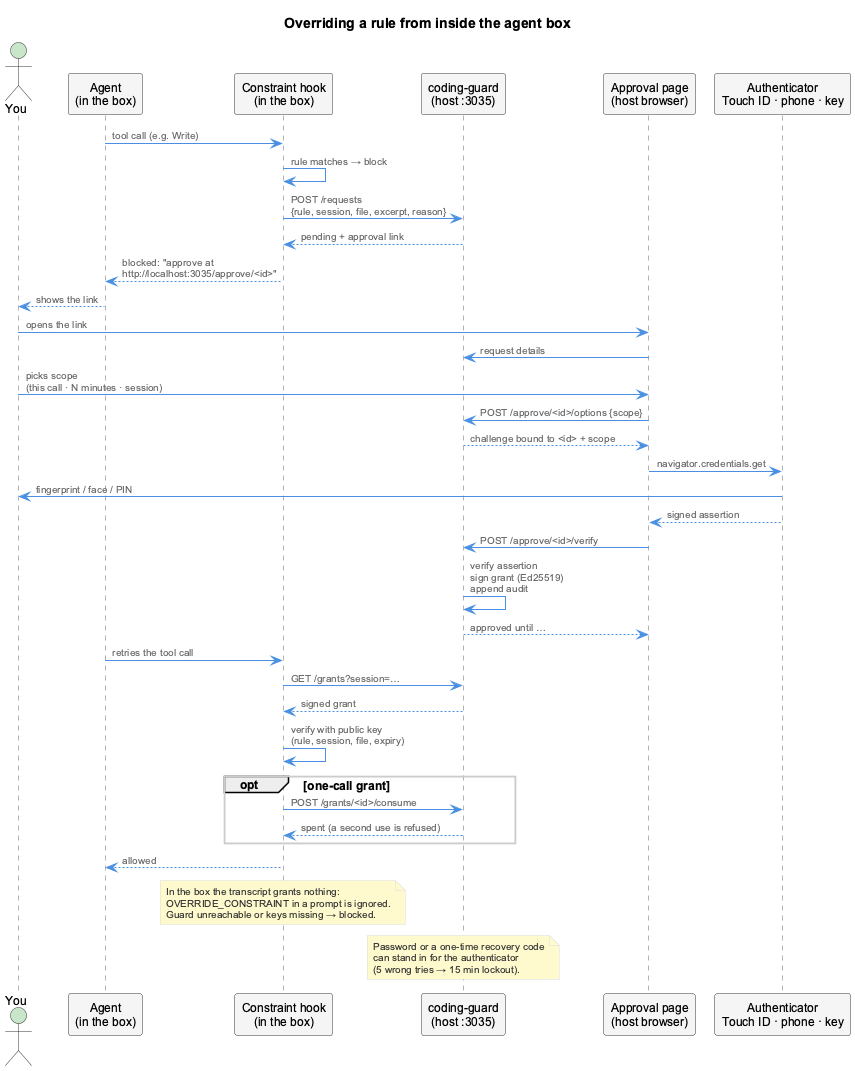
The PlantUML diagram docs/images/agent-box-override-flow.png in fwornle/coding, before a commit.
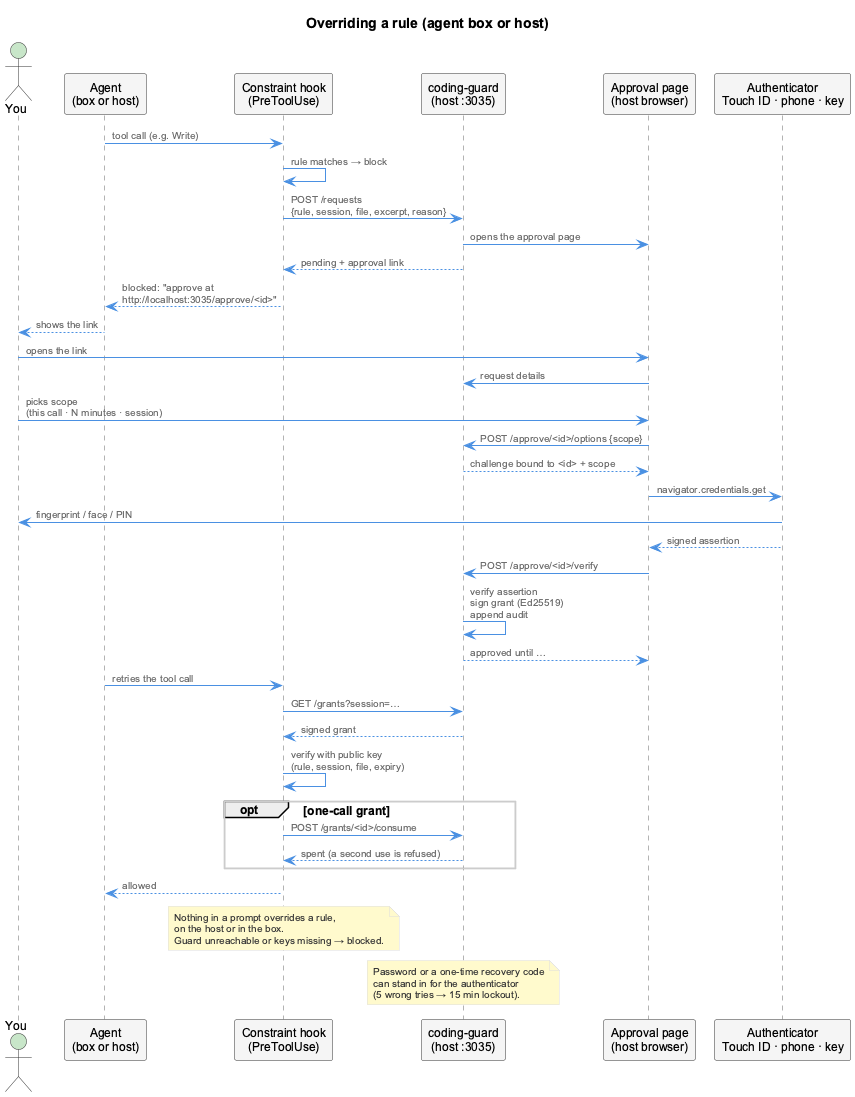
After the change.

The edit, as a diff of the source:
```diff
@@ -1,11 +1,11 @@
 @startuml agent-box-override-flow
 !include _standard-style.puml
 
-title Overriding a rule from inside the agent box
+title Overriding a rule (agent box or host)
 
 actor "You" as user
-participant "Agent\n(in the box)" as agent
-participant "Constraint hook\n(in the box)" as hook
+participant "Agent\n(box or host)" as agent
+participant "Constraint hook\n(PreToolUse)" as hook
 participant "coding-guard\n(host :3035)" as guard
 participant "Approval page\n(host browser)" as page
 participant "Authenticator\nTouch ID · phone · key" as authn
@@ -13,6 +13,7 @@
 agent -> hook : tool call (e.g. Write)
 hook -> hook : rule matches → block
 hook -> guard : POST /requests\n{rule, session, file, excerpt, reason}
+guard -> page : opens the approval page
 guard --> hook : pending + approval link
 hook --> agent : blocked: "approve at\nhttp://localhost:3035/approve/<id>"
 agent --> user : shows the link
@@ -40,8 +41,8 @@
 hook --> agent : allowed
 
 note over hook
-  In the box the transcript grants nothing:
-  OVERRIDE_CONSTRAINT in a prompt is ignored.
+  Nothing in a prompt overrides a rule,
+  on the host or in the box.
   Guard unreachable or keys missing → blocked.
 end note
 
```
